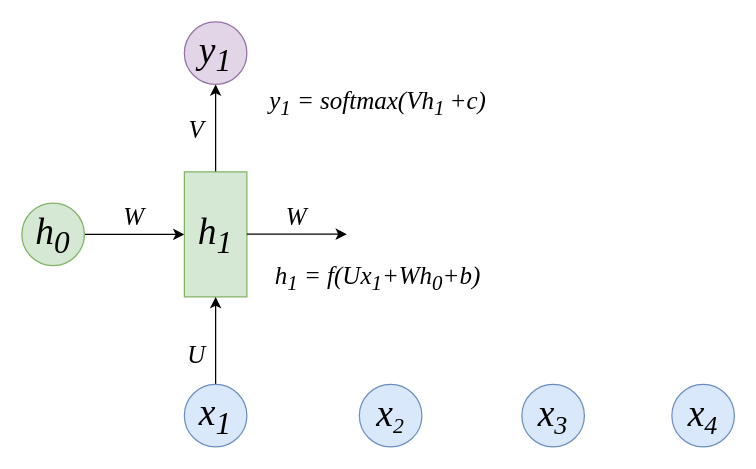
Above: efficient_transformer/rnn.drawio in lengyueit/paper_pic (draw.io), before the change. Source tidied: cells renumbered, new cells numbered last; positions are measured from the earlier drawing's top-left corner, leaving out a move shared by most shapes. Both pictures are drawn from the tidied source at 125%, with x=0, y=0 at pixel (21, 21).
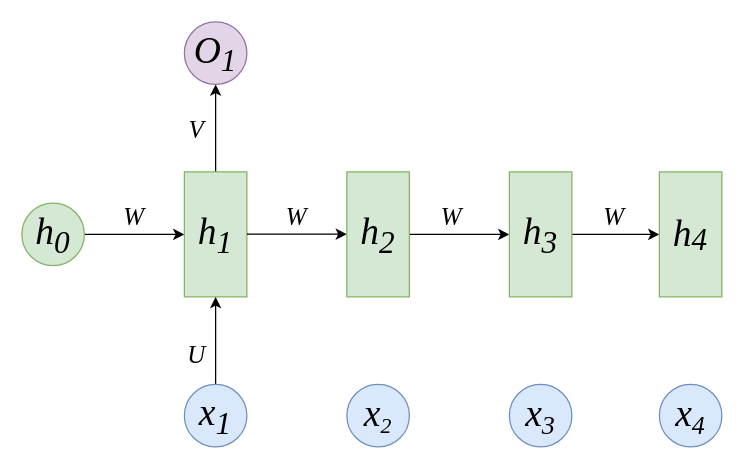
The same page after the edit.

The edit, as a diff of the source:
```diff
@@
     <mxCell id="9" value="&lt;i&gt;x&lt;span style=&quot;font-size: 20.8333px;&quot;&gt;&lt;sub&gt;2&lt;/sub&gt;&lt;/span&gt;&lt;/i&gt;" style="ellipse;whiteSpace=wrap;html=1;fontFamily=Times New Roman;fontSize=30;fillColor=#dae8fc;strokeColor=#6c8ebf;" parent="1" vertex="1">
-      <mxGeometry x="270" y="290" width="50" height="50" as="geometry" />
+      <mxGeometry x="260" y="290" width="50" height="50" as="geometry" />
     </mxCell>
     <mxCell id="10" value="&lt;i&gt;x&lt;span style=&quot;font-size: 25px;&quot;&gt;&lt;sub&gt;3&lt;/sub&gt;&lt;/span&gt;&lt;/i&gt;" style="ellipse;whiteSpace=wrap;html=1;fontFamily=Times New Roman;fontSize=30;fillColor=#dae8fc;strokeColor=#6c8ebf;" parent="1" vertex="1">
-      <mxGeometry x="400" y="290" width="50" height="50" as="geometry" />
+      <mxGeometry x="390" y="290" width="50" height="50" as="geometry" />
     </mxCell>
     <mxCell id="11" value="&lt;i&gt;x&lt;span style=&quot;font-size: 25px;&quot;&gt;&lt;sub&gt;4&lt;/sub&gt;&lt;/span&gt;&lt;/i&gt;" style="ellipse;whiteSpace=wrap;html=1;fontFamily=Times New Roman;fontSize=30;fillColor=#dae8fc;strokeColor=#6c8ebf;" parent="1" vertex="1">
-      <mxGeometry x="520" y="290" width="50" height="50" as="geometry" />
+      <mxGeometry x="510" y="290" width="50" height="50" as="geometry" />
     </mxCell>
-    <mxCell id="12" value="&lt;i&gt;y&lt;sub&gt;1&lt;/sub&gt;&lt;/i&gt;" style="ellipse;whiteSpace=wrap;html=1;fontFamily=Times New Roman;fontSize=30;fillColor=#e1d5e7;strokeColor=#9673a6;" parent="1" vertex="1">
+    <mxCell id="12" value="&lt;i&gt;O&lt;sub&gt;1&lt;/sub&gt;&lt;/i&gt;" style="ellipse;whiteSpace=wrap;html=1;fontFamily=Times New Roman;fontSize=30;fillColor=#e1d5e7;strokeColor=#9673a6;" parent="1" vertex="1">
       <mxGeometry x="130" width="50" height="50" as="geometry" />
     </mxCell>
@@
-    <mxCell id="17" value="h&lt;sub&gt;1&lt;/sub&gt; = f(Ux&lt;sub&gt;1&lt;/sub&gt;+Wh&lt;sub&gt;0&lt;/sub&gt;+b)" style="text;html=1;align=center;verticalAlign=middle;whiteSpace=wrap;rounded=0;fontFamily=Times New Roman;fontSize=20;fontStyle=2;" parent="1" vertex="1">
-      <mxGeometry x="180" y="190" width="210" height="30" as="geometry" />
-    </mxCell>
-    <mxCell id="18" value="y&lt;sub&gt;1&lt;/sub&gt; = softmax(Vh&lt;sub&gt;1 &lt;/sub&gt;+c)" style="text;html=1;align=center;verticalAlign=middle;whiteSpace=wrap;rounded=0;fontFamily=Times New Roman;fontSize=20;fontStyle=2;" parent="1" vertex="1">
-      <mxGeometry x="180" y="50" width="210" height="30" as="geometry" />
-    </mxCell>
+    <mxCell id="19" style="edgeStyle=orthogonalEdgeStyle;rounded=0;jettySize=auto;html=1;exitX=1;exitY=0.5;exitDx=0;exitDy=0;entryX=0;entryY=0.5;entryDx=0;entryDy=0;" parent="1" edge="1" source="20" target="22">
+      <mxGeometry relative="1" as="geometry" />
+    </mxCell>
+    <mxCell id="20" value="h&lt;sub style=&quot;&quot;&gt;&lt;font style=&quot;font-size: 25px;&quot;&gt;2&lt;/font&gt;&lt;/sub&gt;" style="rounded=0;whiteSpace=wrap;html=1;fontFamily=Times New Roman;fontSize=30;fontStyle=2;fillColor=#d5e8d4;strokeColor=#82b366;" parent="1" vertex="1">
+      <mxGeometry x="260" y="120" width="50" height="100" as="geometry" />
+    </mxCell>
+    <mxCell id="21" style="edgeStyle=orthogonalEdgeStyle;rounded=0;jettySize=auto;html=1;exitX=1;exitY=0.5;exitDx=0;exitDy=0;entryX=0;entryY=0.5;entryDx=0;entryDy=0;" parent="1" edge="1" source="22" target="23">
+      <mxGeometry relative="1" as="geometry" />
+    </mxCell>
+    <mxCell id="22" value="h&lt;sub style=&quot;&quot;&gt;&lt;font style=&quot;font-size: 25px;&quot;&gt;3&lt;/font&gt;&lt;/sub&gt;" style="rounded=0;whiteSpace=wrap;html=1;fontFamily=Times New Roman;fontSize=30;fontStyle=2;fillColor=#d5e8d4;strokeColor=#82b366;" parent="1" vertex="1">
+      <mxGeometry x="390" y="120" width="50" height="100" as="geometry" />
+    </mxCell>
+    <mxCell id="23" value="h&lt;font size=&quot;1&quot; style=&quot;&quot;&gt;&lt;sub style=&quot;font-size: 25px;&quot;&gt;4&lt;/sub&gt;&lt;/font&gt;" style="rounded=0;whiteSpace=wrap;html=1;fontFamily=Times New Roman;fontSize=30;fontStyle=2;fillColor=#d5e8d4;strokeColor=#82b366;" parent="1" vertex="1">
+      <mxGeometry x="510" y="120" width="50" height="100" as="geometry" />
+    </mxCell>
+    <mxCell id="24" value="W" style="text;html=1;align=center;verticalAlign=middle;whiteSpace=wrap;rounded=0;fontFamily=Times New Roman;fontSize=20;fontStyle=2;" parent="1" vertex="1">
+      <mxGeometry x="314" y="140" width="60" height="30" as="geometry" />
+    </mxCell>
+    <mxCell id="25" value="W" style="text;html=1;align=center;verticalAlign=middle;whiteSpace=wrap;rounded=0;fontFamily=Times New Roman;fontSize=20;fontStyle=2;" parent="1" vertex="1">
+      <mxGeometry x="444" y="140" width="60" height="30" as="geometry" />
+    </mxCell>
```
